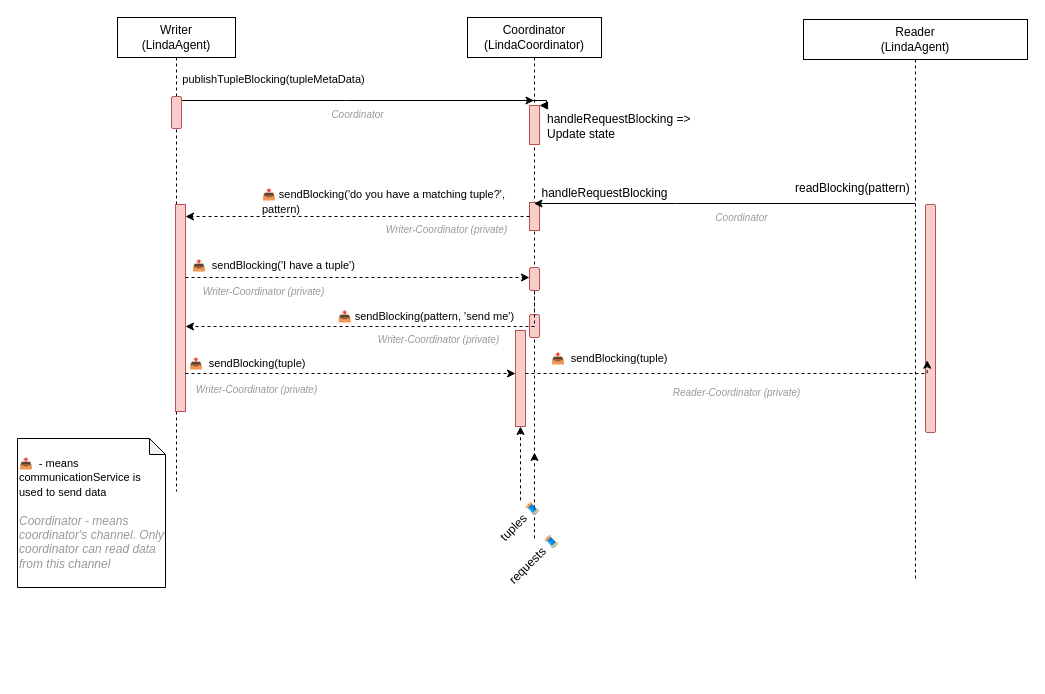
Above: page "1R - 1W" (3 of 7) of images/diagram.drawio in pochka15/linda (draw.io), before the change. Source tidied: cells renumbered, new cells numbered last; positions are measured from the earlier drawing's top-left corner, leaving out a move shared by most shapes. Both pictures are drawn from the tidied source at 100%, with x=0, y=0 at pixel (17, 17).
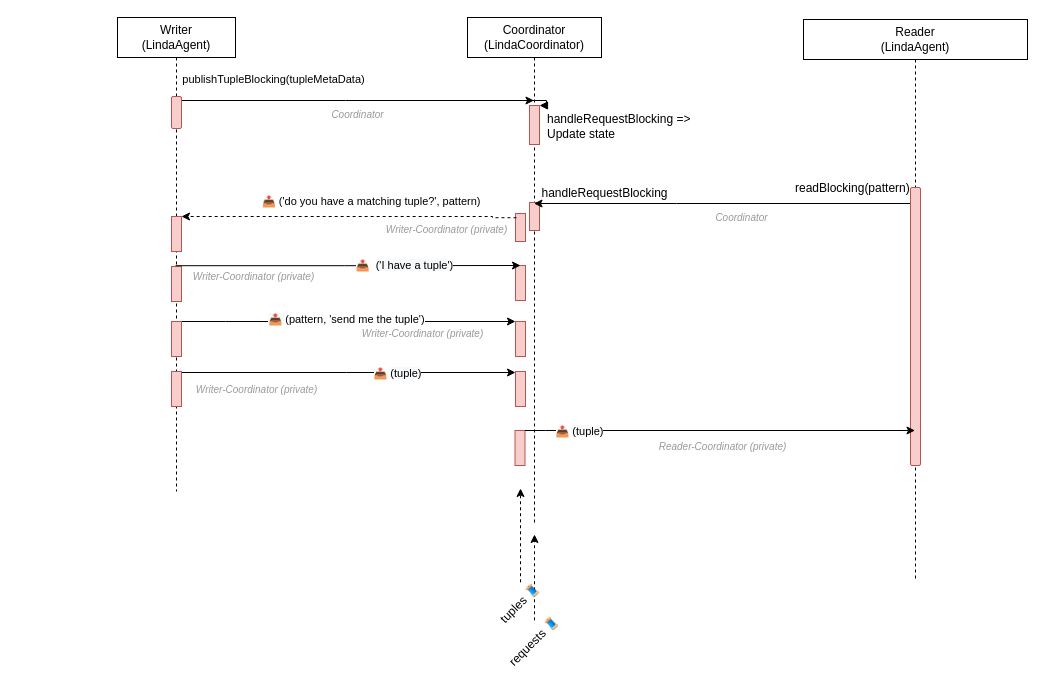
The same page after the edit.

Unchanged cells that the change refers to:
```xml
<mxCell id="5" style="html=1;points=[];perimeter=orthogonalPerimeter;fillColor=#f8cecc;strokeColor=#b85450;" parent="2" vertex="1">
  <mxGeometry x="62" y="185" width="10" height="28" as="geometry" />
</mxCell>
<mxCell id="9" value="Writer&lt;br&gt;(LindaAgent)" style="shape=umlLifeline;perimeter=lifelinePerimeter;whiteSpace=wrap;html=1;outlineConnect=0;" parent="1" vertex="1">
  <mxGeometry x="100" width="118" height="474" as="geometry" />
</mxCell>
<mxCell id="13" value="Reader&lt;br&gt;(LindaAgent)" style="shape=umlLifeline;perimeter=lifelinePerimeter;whiteSpace=wrap;html=1;outlineConnect=0;" parent="1" vertex="1">
  <mxGeometry x="786" y="2" width="224" height="559" as="geometry" />
</mxCell>
```

Change to the diagram source:
```diff
@@
     <mxCell id="2" value="Coordinator (LindaCoordinator)" style="shape=umlLifeline;perimeter=lifelinePerimeter;whiteSpace=wrap;html=1;outlineConnect=0;" parent="1" vertex="1">
-      <mxGeometry x="450" width="134" height="435" as="geometry" />
+      <mxGeometry x="450" width="134" height="505" as="geometry" />
     </mxCell>
@@
-    <mxCell id="6" style="html=1;points=[];perimeter=orthogonalPerimeter;fillColor=#f8cecc;strokeColor=#b85450;" parent="2" vertex="1">
-      <mxGeometry x="48" y="313" width="10" height="96" as="geometry" />
-    </mxCell>
-    <mxCell id="7" style="rounded=1;whiteSpace=wrap;html=1;fillColor=#f8cecc;strokeColor=#b85450;" parent="2" vertex="1">
-      <mxGeometry x="62" y="297" width="10" height="23" as="geometry" />
-    </mxCell>
+    <mxCell id="41" style="html=1;points=[];perimeter=orthogonalPerimeter;fillColor=#f8cecc;strokeColor=#b85450;" parent="2" vertex="1">
+      <mxGeometry x="48" y="196" width="10" height="28" as="geometry" />
+    </mxCell>
+    <mxCell id="42" style="html=1;perimeter=orthogonalPerimeter;fillColor=#f8cecc;strokeColor=#b85450;" parent="2" vertex="1">
+      <mxGeometry x="48" y="248" width="10" height="35" as="geometry" />
+    </mxCell>
+    <mxCell id="43" style="html=1;points=[];perimeter=orthogonalPerimeter;fillColor=#f8cecc;strokeColor=#b85450;" parent="2" vertex="1">
+      <mxGeometry x="48" y="304" width="10" height="35" as="geometry" />
+    </mxCell>
+    <mxCell id="44" style="html=1;points=[];perimeter=orthogonalPerimeter;fillColor=#f8cecc;strokeColor=#b85450;" parent="2" vertex="1">
+      <mxGeometry x="48" y="354" width="10" height="35" as="geometry" />
+    </mxCell>
+    <mxCell id="45" style="html=1;points=[];perimeter=orthogonalPerimeter;fillColor=#f8cecc;strokeColor=#b85450;" parent="2" vertex="1">
+      <mxGeometry x="47.5" y="413" width="10" height="35" as="geometry" />
+    </mxCell>
@@
     <mxCell id="10" style="html=1;points=[];perimeter=orthogonalPerimeter;fillColor=#f8cecc;strokeColor=#b85450;" parent="9" vertex="1">
-      <mxGeometry x="58" y="187" width="10" height="207" as="geometry" />
+      <mxGeometry x="54" y="199" width="10" height="35" as="geometry" />
     </mxCell>
@@
+    <mxCell id="46" style="html=1;perimeter=orthogonalPerimeter;fillColor=#f8cecc;strokeColor=#b85450;" parent="9" vertex="1">
+      <mxGeometry x="54" y="249" width="10" height="35" as="geometry" />
+    </mxCell>
@@
     <mxCell id="14" style="rounded=1;whiteSpace=wrap;html=1;fillColor=#f8cecc;strokeColor=#b85450;" parent="13" vertex="1">
-      <mxGeometry x="122" y="185" width="10" height="228" as="geometry" />
+      <mxGeometry x="107" y="168" width="10" height="278" as="geometry" />
     </mxCell>
@@
-    <mxCell id="16" value="&lt;div&gt;&lt;span style=&quot;font-size: 11px&quot;&gt;📤&amp;nbsp;&lt;/span&gt;&lt;span style=&quot;font-size: 11px ; font-family: &amp;#34;helvetica&amp;#34;&quot;&gt;&amp;nbsp;- means&amp;nbsp;&lt;/span&gt;&lt;/div&gt;&lt;span style=&quot;font-family: &amp;#34;helvetica&amp;#34; ; font-size: 11px&quot;&gt;communicationService is used to send data&lt;br&gt;&lt;br&gt;&lt;/span&gt;&lt;span style=&quot;color: rgb(153 , 153 , 153) ; font-family: &amp;#34;helvetica&amp;#34; ; font-style: italic&quot;&gt;&lt;div&gt;&lt;span&gt;Coordinator&lt;/span&gt;&lt;span&gt;&amp;nbsp;- means coordinator's channel. Only coordinator can read data from this channel&lt;/span&gt;&lt;/div&gt;&lt;/span&gt;" style="shape=note;whiteSpace=wrap;html=1;backgroundOutline=1;darkOpacity=0.05;fontSize=12;size=16;align=left;" parent="1" vertex="1">
-      <mxGeometry y="421" width="148" height="149" as="geometry" />
-    </mxCell>
-    <mxCell id="17" style="edgeStyle=orthogonalEdgeStyle;rounded=0;jettySize=auto;html=1;dashed=1;labelBackgroundColor=#FFFFFF;" parent="1" edge="1" source="5" target="10">
+    <mxCell id="17" style="edgeStyle=orthogonalEdgeStyle;rounded=0;jettySize=auto;html=1;dashed=1;labelBackgroundColor=#FFFFFF;exitX=0.097;exitY=0.151;exitDx=0;exitDy=0;exitPerimeter=0;" parent="1" edge="1" source="41" target="10">
       <mxGeometry relative="1" as="geometry">
         <Array as="points">
-          <mxPoint x="250" y="199" />
-          <mxPoint x="250" y="199" />
+          <mxPoint x="475" y="200" />
+          <mxPoint x="475" y="199" />
         </Array>
       </mxGeometry>
     </mxCell>
-    <mxCell id="18" value="&lt;span style=&quot;font-size: 11px&quot;&gt;📤&amp;nbsp;&lt;/span&gt;&lt;span style=&quot;font-size: 11px ; background-color: rgb(255 , 255 , 255)&quot;&gt;sendBlocking('do you have a matching tuple?', pattern)&lt;/span&gt;" style="text;html=1;strokeColor=none;fillColor=none;align=left;verticalAlign=middle;whiteSpace=wrap;rounded=0;fontSize=12;" parent="1" vertex="1">
+    <mxCell id="18" value="&lt;span style=&quot;font-size: 11px&quot;&gt;📤&amp;nbsp;&lt;/span&gt;&lt;span style=&quot;font-size: 11px ; background-color: rgb(255 , 255 , 255)&quot;&gt;('do you have a matching tuple?', pattern)&lt;/span&gt;" style="text;html=1;strokeColor=none;fillColor=none;align=left;verticalAlign=middle;whiteSpace=wrap;rounded=0;fontSize=12;" parent="1" vertex="1">
       <mxGeometry x="243" y="178" width="259" height="12" as="geometry" />
     </mxCell>
-    <mxCell id="19" style="edgeStyle=orthogonalEdgeStyle;rounded=0;jettySize=auto;html=1;dashed=1;labelBackgroundColor=#FFFFFF;" parent="1" edge="1" source="10" target="23">
-      <mxGeometry relative="1" as="geometry">
-        <Array as="points">
-          <mxPoint x="257" y="260" />
-          <mxPoint x="257" y="260" />
-        </Array>
-      </mxGeometry>
-    </mxCell>
-    <mxCell id="20" value="&lt;span style=&quot;color: rgb(0 , 0 , 0) ; font-family: &amp;#34;helvetica&amp;#34; ; font-size: 11px ; font-style: normal ; font-weight: 400 ; letter-spacing: normal ; text-align: center ; text-indent: 0px ; text-transform: none ; word-spacing: 0px ; background-color: rgb(255 , 255 , 255) ; display: inline ; float: none&quot;&gt;📤&amp;nbsp;&lt;/span&gt;&lt;span style=&quot;color: rgb(0 , 0 , 0) ; font-size: 11px ; font-style: normal ; font-weight: 400 ; letter-spacing: normal ; text-indent: 0px ; text-transform: none ; word-spacing: 0px ; text-align: left ; font-family: &amp;#34;helvetica&amp;#34;&quot;&gt;&amp;nbsp;sendBlocking('I have a tuple')&lt;/span&gt;" style="text;whiteSpace=wrap;html=1;" parent="1" vertex="1">
-      <mxGeometry x="173" y="234" width="210" height="29" as="geometry" />
-    </mxCell>
-    <mxCell id="21" value="&lt;span style=&quot;color: rgb(0 , 0 , 0) ; font-family: &amp;#34;helvetica&amp;#34; ; font-size: 11px ; font-style: normal ; font-weight: 400 ; letter-spacing: normal ; text-align: center ; text-indent: 0px ; text-transform: none ; word-spacing: 0px ; background-color: rgb(255 , 255 , 255) ; display: inline ; float: none&quot;&gt;📤&amp;nbsp;&lt;/span&gt;&lt;span style=&quot;color: rgb(0 , 0 , 0) ; font-size: 11px ; font-style: normal ; font-weight: 400 ; letter-spacing: normal ; text-indent: 0px ; text-transform: none ; word-spacing: 0px ; text-align: left ; font-family: &amp;#34;helvetica&amp;#34;&quot;&gt;&amp;nbsp;sendBlocking(tuple)&lt;/span&gt;" style="text;whiteSpace=wrap;html=1;" parent="1" vertex="1">
-      <mxGeometry x="532" y="327" width="210" height="29" as="geometry" />
-    </mxCell>
-    <mxCell id="22" style="edgeStyle=orthogonalEdgeStyle;rounded=0;jettySize=auto;html=1;dashed=1;labelBackgroundColor=#FFFFFF;fontSize=10;fontColor=#999999;" parent="1" edge="1" source="23" target="10">
-      <mxGeometry relative="1" as="geometry">
-        <Array as="points">
-          <mxPoint x="298" y="309" />
-          <mxPoint x="298" y="309" />
-        </Array>
-      </mxGeometry>
-    </mxCell>
-    <mxCell id="23" style="rounded=1;whiteSpace=wrap;html=1;fillColor=#f8cecc;strokeColor=#b85450;" parent="1" vertex="1">
-      <mxGeometry x="512" y="250" width="10" height="23" as="geometry" />
-    </mxCell>
@@
     <mxCell id="25" style="edgeStyle=orthogonalEdgeStyle;rounded=0;jettySize=auto;html=1;dashed=1;labelBackgroundColor=#FFFFFF;fontSize=10;fontColor=#999999;" parent="1" edge="1" source="26">
       <mxGeometry relative="1" as="geometry">
-        <mxPoint x="517" y="435" as="targetPoint" />
+        <mxPoint x="517" y="517" as="targetPoint" />
         <Array as="points">
-          <mxPoint x="517" y="497" />
+          <mxPoint x="517" y="579" />
         </Array>
       </mxGeometry>
     </mxCell>
     <mxCell id="26" value="requests 🧵" style="text;html=1;strokeColor=none;fillColor=none;align=center;verticalAlign=middle;whiteSpace=wrap;rounded=0;direction=west;rotation=-45;" parent="1" vertex="1">
-      <mxGeometry x="482" y="527" width="70" height="30" as="geometry" />
+      <mxGeometry x="482" y="609" width="70" height="30" as="geometry" />
     </mxCell>
-    <mxCell id="27" style="edgeStyle=orthogonalEdgeStyle;rounded=0;jettySize=auto;html=1;dashed=1;labelBackgroundColor=#FFFFFF;fontSize=10;fontColor=#999999;" parent="1" edge="1" source="28" target="6">
+    <mxCell id="27" style="edgeStyle=orthogonalEdgeStyle;rounded=0;jettySize=auto;html=1;dashed=1;labelBackgroundColor=#FFFFFF;fontSize=10;fontColor=#999999;" parent="1" edge="1" source="28">
       <mxGeometry relative="1" as="geometry">
-        <Array as="points">
-          <mxPoint x="503" y="513" />
-        </Array>
+        <mxPoint x="503" y="471" as="targetPoint" />
       </mxGeometry>
     </mxCell>
     <mxCell id="28" value="tuples 🧵" style="text;html=1;strokeColor=none;fillColor=none;align=center;verticalAlign=middle;whiteSpace=wrap;rounded=0;direction=west;rotation=-45;" parent="1" vertex="1">
-      <mxGeometry x="468" y="489" width="70" height="30" as="geometry" />
+      <mxGeometry x="468" y="571" width="70" height="30" as="geometry" />
     </mxCell>
@@
     <mxCell id="33" value="&lt;span style=&quot;font-family: helvetica; font-size: 10px;&quot;&gt;Writer-Coordinator (private)&lt;/span&gt;" style="text;html=1;align=center;verticalAlign=middle;strokeColor=none;fillColor=none;fontStyle=2;fontColor=#999999;fontSize=10;" parent="1" vertex="1">
-      <mxGeometry x="180" y="266" width="132" height="16" as="geometry" />
+      <mxGeometry x="170" y="251" width="132" height="16" as="geometry" />
     </mxCell>
     <mxCell id="34" value="&lt;span style=&quot;font-family: &amp;#34;helvetica&amp;#34; ; font-size: 10px&quot;&gt;Reader-Coordinator (private)&lt;/span&gt;" style="text;html=1;align=center;verticalAlign=middle;strokeColor=none;fillColor=none;fontStyle=2;fontColor=#999999;fontSize=10;" parent="1" vertex="1">
-      <mxGeometry x="650" y="367" width="138" height="16" as="geometry" />
+      <mxGeometry x="636" y="421" width="138" height="16" as="geometry" />
     </mxCell>
-    <mxCell id="35" value="&lt;span style=&quot;font-size: 11px&quot;&gt;📤&amp;nbsp;&lt;/span&gt;&lt;span style=&quot;font-size: 11px ; background-color: rgb(255 , 255 , 255)&quot;&gt;sendBlocking(pattern, 'send me')&lt;/span&gt;" style="text;html=1;strokeColor=none;fillColor=none;align=center;verticalAlign=middle;whiteSpace=wrap;rounded=0;fontSize=12;" parent="1" vertex="1">
-      <mxGeometry x="312" y="293" width="194" height="12" as="geometry" />
-    </mxCell>
     <mxCell id="36" value="&lt;span style=&quot;font-family: helvetica; font-size: 10px;&quot;&gt;Writer-Coordinator (private)&lt;/span&gt;" style="text;html=1;align=center;verticalAlign=middle;strokeColor=none;fillColor=none;fontStyle=2;fontColor=#999999;fontSize=10;" parent="1" vertex="1">
-      <mxGeometry x="355" y="314" width="132" height="16" as="geometry" />
+      <mxGeometry x="339" y="308" width="132" height="16" as="geometry" />
     </mxCell>
-    <mxCell id="37" style="edgeStyle=orthogonalEdgeStyle;rounded=0;jettySize=auto;html=1;dashed=1;labelBackgroundColor=#FFFFFF;fontSize=10;fontColor=#999999;" parent="1" edge="1" source="10" target="6">
-      <mxGeometry relative="1" as="geometry">
-        <Array as="points">
-          <mxPoint x="427" y="356" />
-          <mxPoint x="427" y="356" />
-        </Array>
-      </mxGeometry>
-    </mxCell>
@@
-    <mxCell id="39" style="edgeStyle=orthogonalEdgeStyle;rounded=0;jettySize=auto;html=1;entryX=0.172;entryY=0.683;entryDx=0;entryDy=0;entryPerimeter=0;dashed=1;labelBackgroundColor=#FFFFFF;fontSize=10;fontColor=#999999;" parent="1" edge="1" source="6" target="14">
-      <mxGeometry relative="1" as="geometry">
-        <Array as="points">
-          <mxPoint x="612" y="356" />
-          <mxPoint x="612" y="356" />
-        </Array>
-      </mxGeometry>
-    </mxCell>
-    <mxCell id="40" value="&lt;span style=&quot;color: rgb(0 , 0 , 0) ; font-family: &amp;#34;helvetica&amp;#34; ; font-size: 11px ; font-style: normal ; font-weight: 400 ; letter-spacing: normal ; text-align: center ; text-indent: 0px ; text-transform: none ; word-spacing: 0px ; background-color: rgb(255 , 255 , 255) ; display: inline ; float: none&quot;&gt;📤&amp;nbsp;&lt;/span&gt;&lt;span style=&quot;color: rgb(0 , 0 , 0) ; font-size: 11px ; font-style: normal ; font-weight: 400 ; letter-spacing: normal ; text-indent: 0px ; text-transform: none ; word-spacing: 0px ; text-align: left ; font-family: &amp;#34;helvetica&amp;#34;&quot;&gt;&amp;nbsp;sendBlocking(tuple)&lt;/span&gt;" style="text;whiteSpace=wrap;html=1;" parent="1" vertex="1">
-      <mxGeometry x="170" y="332" width="210" height="29" as="geometry" />
-    </mxCell>
+    <mxCell id="47" style="edgeStyle=orthogonalEdgeStyle;rounded=0;orthogonalLoop=1;jettySize=auto;html=1;" parent="1" edge="1">
+      <mxGeometry x="-0.46" y="21" relative="1" as="geometry">
+        <mxPoint x="158" y="248.2" as="sourcePoint" />
+        <mxPoint x="503" y="248" as="targetPoint" />
+        <Array as="points">
+          <mxPoint x="327.2" y="248.2" />
+          <mxPoint x="327.2" y="248.2" />
+        </Array>
+      </mxGeometry>
+    </mxCell>
+    <mxCell id="48" value="&lt;span style=&quot;font-family: &amp;#34;helvetica&amp;#34; ; font-size: 11px&quot;&gt;📤&amp;nbsp;&amp;nbsp;&lt;/span&gt;&lt;span style=&quot;text-align: left ; background-color: rgb(248 , 249 , 250) ; font-size: 11px ; font-family: &amp;#34;helvetica&amp;#34;&quot;&gt;('I have a tuple')&lt;/span&gt;" style="edgeLabel;html=1;align=center;verticalAlign=middle;fontSize=12;" parent="47" vertex="1">
+      <mxGeometry x="0.33" y="1" relative="1" as="geometry" />
+    </mxCell>
+    <mxCell id="49" style="edgeStyle=orthogonalEdgeStyle;rounded=0;jettySize=auto;html=1;fontSize=12;startArrow=none;startFill=0;" parent="1" edge="1" source="51" target="43">
+      <mxGeometry relative="1" as="geometry">
+        <Array as="points">
+          <mxPoint x="208" y="304" />
+          <mxPoint x="208" y="304" />
+        </Array>
+      </mxGeometry>
+    </mxCell>
+    <mxCell id="50" value="&lt;span style=&quot;background-color: rgb(248 , 249 , 250) ; font-size: 11px&quot;&gt;📤&amp;nbsp;&lt;/span&gt;&lt;span style=&quot;font-size: 11px&quot;&gt;(pattern, 'send me the tuple')&lt;/span&gt;" style="edgeLabel;html=1;align=center;verticalAlign=middle;fontSize=12;" parent="49" vertex="1">
+      <mxGeometry x="-0.02" y="3" relative="1" as="geometry" />
+    </mxCell>
+    <mxCell id="51" style="html=1;points=[];perimeter=orthogonalPerimeter;fillColor=#f8cecc;strokeColor=#b85450;" parent="1" vertex="1">
+      <mxGeometry x="154" y="304" width="10" height="35" as="geometry" />
+    </mxCell>
+    <mxCell id="52" style="edgeStyle=orthogonalEdgeStyle;rounded=0;jettySize=auto;html=1;fontSize=12;startArrow=none;startFill=0;" parent="1" edge="1" source="54" target="44">
+      <mxGeometry relative="1" as="geometry">
+        <Array as="points">
+          <mxPoint x="329" y="355" />
+          <mxPoint x="329" y="355" />
+        </Array>
+      </mxGeometry>
+    </mxCell>
+    <mxCell id="53" value="&lt;span style=&quot;font-family: &amp;#34;helvetica&amp;#34; ; font-size: 11px&quot;&gt;📤&amp;nbsp;&lt;/span&gt;&lt;span style=&quot;text-align: left ; background-color: rgb(248 , 249 , 250) ; font-size: 11px ; font-family: &amp;#34;helvetica&amp;#34;&quot;&gt;(tuple)&lt;/span&gt;" style="edgeLabel;html=1;align=center;verticalAlign=middle;fontSize=12;" parent="52" vertex="1">
+      <mxGeometry x="0.29" relative="1" as="geometry" />
+    </mxCell>
+    <mxCell id="54" style="html=1;points=[];perimeter=orthogonalPerimeter;fillColor=#f8cecc;strokeColor=#b85450;" parent="1" vertex="1">
+      <mxGeometry x="154" y="354" width="10" height="35" as="geometry" />
+    </mxCell>
+    <mxCell id="55" style="edgeStyle=orthogonalEdgeStyle;rounded=0;jettySize=auto;html=1;fontSize=12;startArrow=none;startFill=0;" parent="1" edge="1" source="45" target="13">
+      <mxGeometry relative="1" as="geometry">
+        <Array as="points">
+          <mxPoint x="528" y="413" />
+          <mxPoint x="528" y="413" />
+        </Array>
+      </mxGeometry>
+    </mxCell>
+    <mxCell id="56" value="&lt;span style=&quot;font-family: &amp;#34;helvetica&amp;#34; ; font-size: 11px&quot;&gt;📤&amp;nbsp;&lt;/span&gt;&lt;span style=&quot;text-align: left ; background-color: rgb(248 , 249 , 250) ; font-size: 11px ; font-family: &amp;#34;helvetica&amp;#34;&quot;&gt;(tuple)&lt;/span&gt;" style="edgeLabel;html=1;align=center;verticalAlign=middle;fontSize=12;" parent="55" vertex="1">
+      <mxGeometry x="-0.73" y="1" relative="1" as="geometry">
+        <mxPoint x="1" y="1" as="offset" />
+      </mxGeometry>
+    </mxCell>
```
